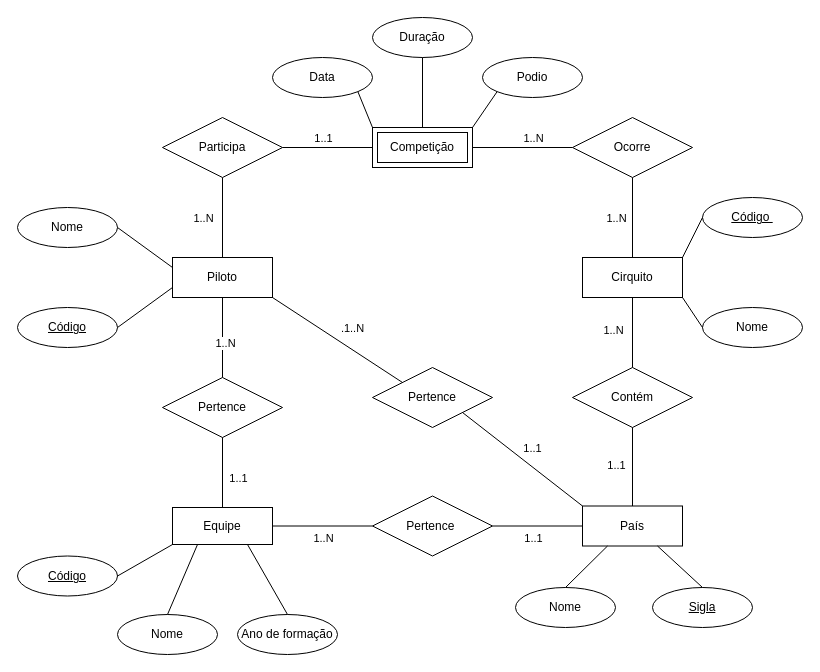
Above: banco-de-dados/exercicios/Atv_1/Corrida.drawio in RenanCatini/Semetre-4 (draw.io), before the change. Source tidied: cells renumbered, new cells numbered last; positions are measured from the earlier drawing's top-left corner, leaving out a move shared by most shapes. Both pictures are drawn from the tidied source at 100%, with x=0, y=0 at pixel (17, 17).
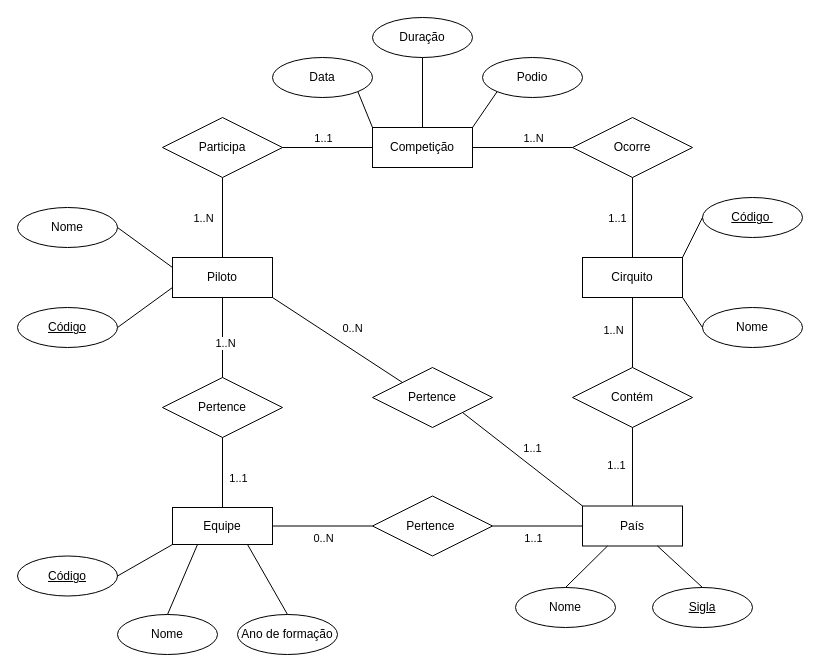
The same diagram, later.

Unchanged cells that the change refers to:
```xml
<mxCell id="18" style="endArrow=none;html=1;rounded=0;exitX=0.5;exitY=1;exitDx=0;exitDy=0;entryX=0.5;entryY=0;entryDx=0;entryDy=0;" parent="1" edge="1" source="50" target="13">
  <mxGeometry relative="1" as="geometry" />
</mxCell>
<mxCell id="32" style="endArrow=none;html=1;rounded=0;exitX=1;exitY=0.5;exitDx=0;exitDy=0;entryX=0;entryY=0.5;entryDx=0;entryDy=0;" parent="1" edge="1" source="2" target="31">
  <mxGeometry relative="1" as="geometry" />
</mxCell>
<mxCell id="38" style="endArrow=none;html=1;rounded=0;exitX=1;exitY=1;exitDx=0;exitDy=0;entryX=0;entryY=0;entryDx=0;entryDy=0;" parent="1" edge="1" source="9" target="37">
  <mxGeometry relative="1" as="geometry" />
</mxCell>
<mxCell id="49" value="Participa" style="shape=rhombus;perimeter=rhombusPerimeter;whiteSpace=wrap;html=1;align=center;" parent="1" vertex="1">
  <mxGeometry x="145" y="100" width="120" height="60" as="geometry" />
</mxCell>
<mxCell id="50" value="Ocorre" style="shape=rhombus;perimeter=rhombusPerimeter;whiteSpace=wrap;html=1;align=center;" parent="1" vertex="1">
  <mxGeometry x="555" y="100" width="120" height="60" as="geometry" />
</mxCell>
```

What changed in the source:
```diff
@@
-    <mxCell id="19" value="1..N" style="edgeLabel;html=1;align=center;verticalAlign=middle;" parent="18" vertex="1">
+    <mxCell id="19" value="1..1" style="edgeLabel;html=1;align=center;verticalAlign=middle;" parent="18" vertex="1">
       <mxGeometry x="0.02" y="2" relative="1" as="geometry">
-        <mxPoint x="-19" y="-1" as="offset" />
+        <mxPoint x="-18" y="-1" as="offset" />
       </mxGeometry>
     </mxCell>
@@
-    <mxCell id="33" value="1..N" style="edgeLabel;html=1;align=center;verticalAlign=middle;" parent="32" vertex="1">
+    <mxCell id="33" value="0..N" style="edgeLabel;html=1;align=center;verticalAlign=middle;" parent="32" vertex="1">
       <mxGeometry x="-0.07" y="1" relative="1" as="geometry">
         <mxPoint x="3" y="13" as="offset" />
       </mxGeometry>
     </mxCell>
@@
-    <mxCell id="39" value=".1..N" style="edgeLabel;html=1;align=center;verticalAlign=middle;" parent="38" vertex="1">
+    <mxCell id="39" value="0..N" style="edgeLabel;html=1;align=center;verticalAlign=middle;" parent="38" vertex="1">
       <mxGeometry x="-0.1" relative="1" as="geometry">
         <mxPoint x="21" y="-8" as="offset" />
       </mxGeometry>
     </mxCell>
@@
-    <mxCell id="51" style="endArrow=none;html=1;rounded=0;exitX=1;exitY=0.5;exitDx=0;exitDy=0;entryX=0;entryY=0.5;entryDx=0;entryDy=0;" parent="1" edge="1" source="49" target="61">
-      <mxGeometry relative="1" as="geometry" />
+    <mxCell id="51" style="endArrow=none;html=1;rounded=0;exitX=1;exitY=0.5;exitDx=0;exitDy=0;entryX=0;entryY=0.5;entryDx=0;entryDy=0;" parent="1" edge="1" source="49">
+      <mxGeometry relative="1" as="geometry">
+        <mxPoint x="355" y="130" as="targetPoint" />
+      </mxGeometry>
     </mxCell>
@@
-    <mxCell id="53" style="endArrow=none;html=1;rounded=0;entryX=0;entryY=0.5;entryDx=0;entryDy=0;exitX=1;exitY=0.5;exitDx=0;exitDy=0;" parent="1" edge="1" source="61" target="50">
-      <mxGeometry relative="1" as="geometry" />
+    <mxCell id="53" style="endArrow=none;html=1;rounded=0;entryX=0;entryY=0.5;entryDx=0;entryDy=0;exitX=1;exitY=0.5;exitDx=0;exitDy=0;" parent="1" edge="1" target="50">
+      <mxGeometry relative="1" as="geometry">
+        <mxPoint x="455" y="130" as="sourcePoint" />
+      </mxGeometry>
     </mxCell>
@@
-    <mxCell id="61" value="Competição" style="shape=ext;margin=3;double=1;whiteSpace=wrap;html=1;align=center;" parent="1" vertex="1">
+    <mxCell id="61" value="Competição" style="whiteSpace=wrap;html=1;align=center;" parent="1" vertex="1">
       <mxGeometry x="355" y="110" width="100" height="40" as="geometry" />
     </mxCell>
```
